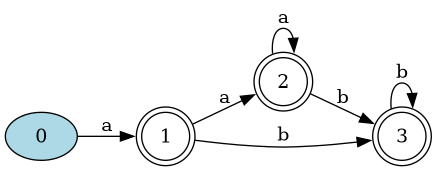
The Graphviz diagram DFA.png in Daniel-Sima/Clone-of-the-egrep-UNIX-command, before a commit. Its source is kept beside it as DFA.dot.
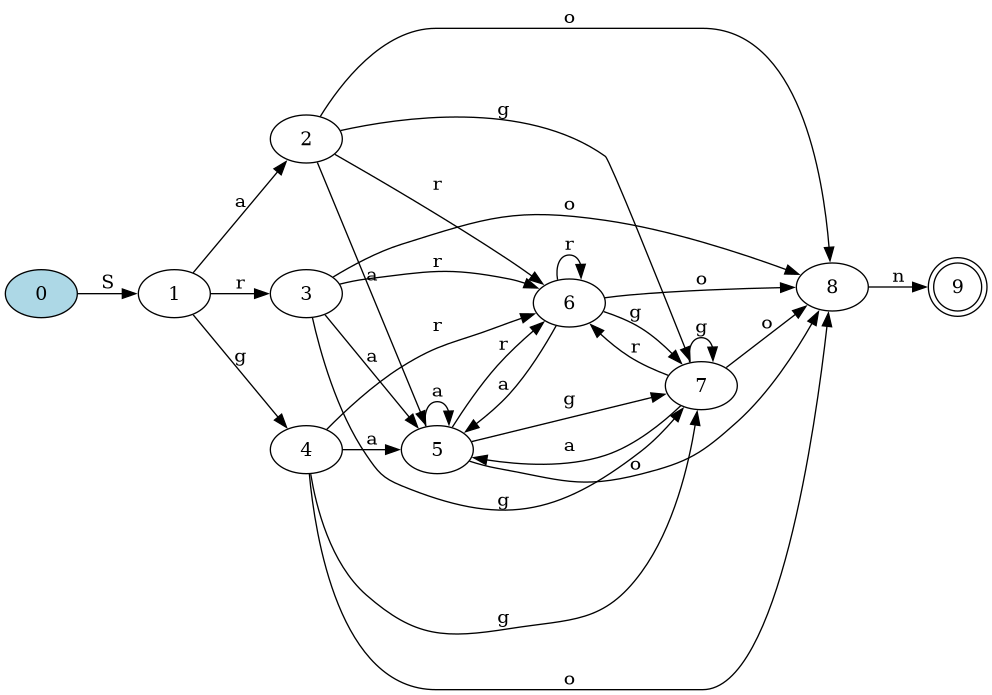
The same file after the commit.

What changed in the source:
```diff
@@ -1,15 +1,36 @@
 digraph {
 	rankdir=LR;
 
-	1 [shape=doublecircle]
-	2 [shape=doublecircle]
-	3 [shape=doublecircle]
-	0[style=filled, fillcolor="lightblue"]
+	9 [shape=doublecircle]
+	0 [style=filled, fillcolor="lightblue"]
 
-	0->1 [label= "a"];
+	0->1 [label= "S"];
 	1->2 [label= "a"];
-	1->3 [label= "b"];
-	2->2 [label= "a"];
-	2->3 [label= "b"];
-	3->3 [label= "b"];
+	1->3 [label= "r"];
+	1->4 [label= "g"];
+	2->5 [label= "a"];
+	2->6 [label= "r"];
+	2->7 [label= "g"];
+	2->8 [label= "o"];
+	3->5 [label= "a"];
+	3->6 [label= "r"];
+	3->7 [label= "g"];
+	3->8 [label= "o"];
+	4->5 [label= "a"];
+	4->6 [label= "r"];
+	4->7 [label= "g"];
+	4->8 [label= "o"];
+	5->5 [label= "a"];
+	5->6 [label= "r"];
+	5->7 [label= "g"];
+	5->8 [label= "o"];
+	6->5 [label= "a"];
+	6->6 [label= "r"];
+	6->7 [label= "g"];
+	6->8 [label= "o"];
+	7->5 [label= "a"];
+	7->6 [label= "r"];
+	7->7 [label= "g"];
+	7->8 [label= "o"];
+	8->9 [label= "n"];
 }
```
